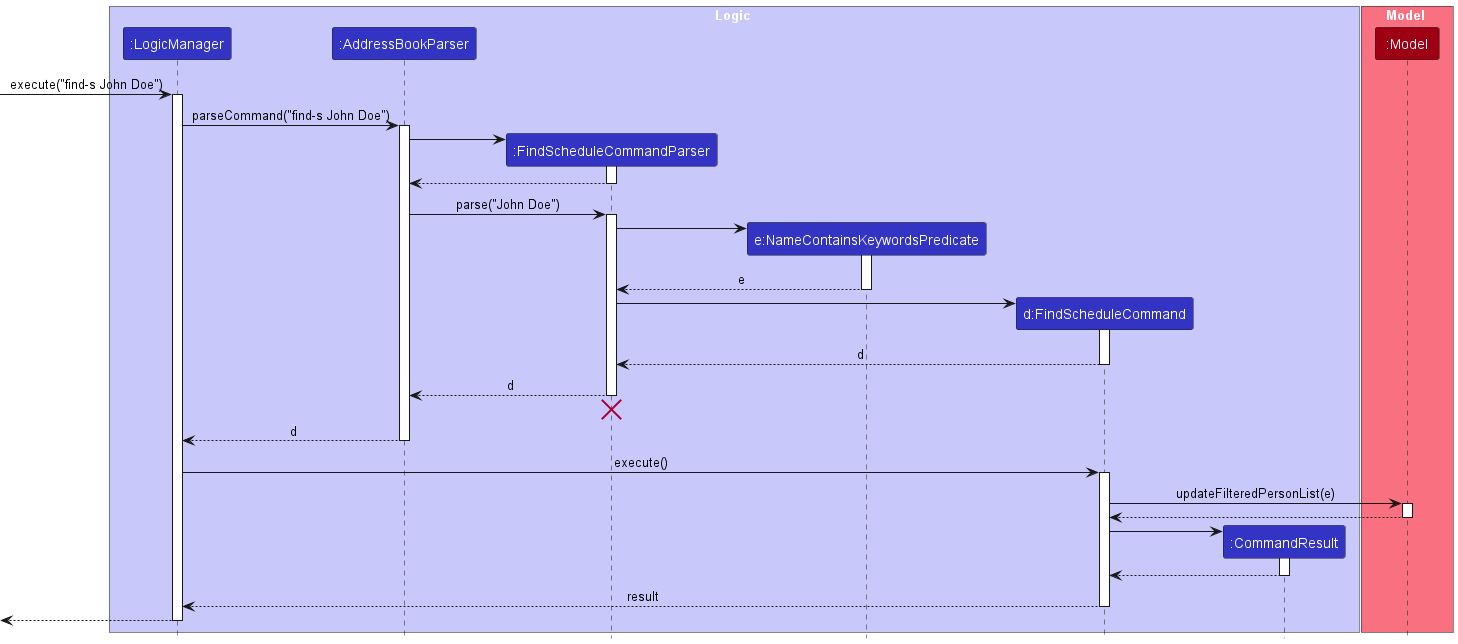
The PlantUML diagram docs/images/FindScheduleSequenceDiagram.png in nus-cs2103-AY2324S1/tp, before a commit. Source of this version:
```plantuml
@startuml
!include style.puml
skinparam ArrowFontStyle plain

box Logic LOGIC_COLOR_T1
participant ":LogicManager" as LogicManager LOGIC_COLOR
participant ":AddressBookParser" as AddressBookParser LOGIC_COLOR
participant ":FindScheduleCommandParser" as FindScheduleCommandParser LOGIC_COLOR
participant "e:NameContainsKeywordsPredicate" as NameContainsKeywordsPredicate LOGIC_COLOR
participant "d:FindScheduleCommand" as FindScheduleCommand LOGIC_COLOR
participant ":CommandResult" as CommandResult LOGIC_COLOR
end box

box Model MODEL_COLOR_T1
participant ":Model" as Model MODEL_COLOR
end box

[-> LogicManager : execute("find-s John Doe")
activate LogicManager

LogicManager -> AddressBookParser : parseCommand("find-s John Doe")
activate AddressBookParser

create FindScheduleCommandParser
AddressBookParser -> FindScheduleCommandParser
activate FindScheduleCommandParser

FindScheduleCommandParser --> AddressBookParser
deactivate FindScheduleCommandParser

AddressBookParser -> FindScheduleCommandParser : parse("John Doe")
activate FindScheduleCommandParser

create NameContainsKeywordsPredicate
FindScheduleCommandParser -> NameContainsKeywordsPredicate
activate NameContainsKeywordsPredicate

NameContainsKeywordsPredicate --> FindScheduleCommandParser : e
deactivate NameContainsKeywordsPredicate

create FindScheduleCommand
FindScheduleCommandParser -> FindScheduleCommand
activate FindScheduleCommand

FindScheduleCommand --> FindScheduleCommandParser : d
deactivate FindScheduleCommand

FindScheduleCommandParser --> AddressBookParser : d
deactivate FindScheduleCommandParser
FindScheduleCommandParser -[hidden]-> AddressBookParser
destroy FindScheduleCommandParser

AddressBookParser --> LogicManager : d
deactivate AddressBookParser

LogicManager -> FindScheduleCommand : execute()
activate FindScheduleCommand

FindScheduleCommand -> Model ++ : updateFilteredPersonList(e)
return

deactivate Model

create CommandResult
FindScheduleCommand -> CommandResult
activate CommandResult

CommandResult --> FindScheduleCommand
deactivate CommandResult

FindScheduleCommand --> LogicManager : result
deactivate FindScheduleCommand

[<--LogicManager
deactivate LogicManager
@enduml
```
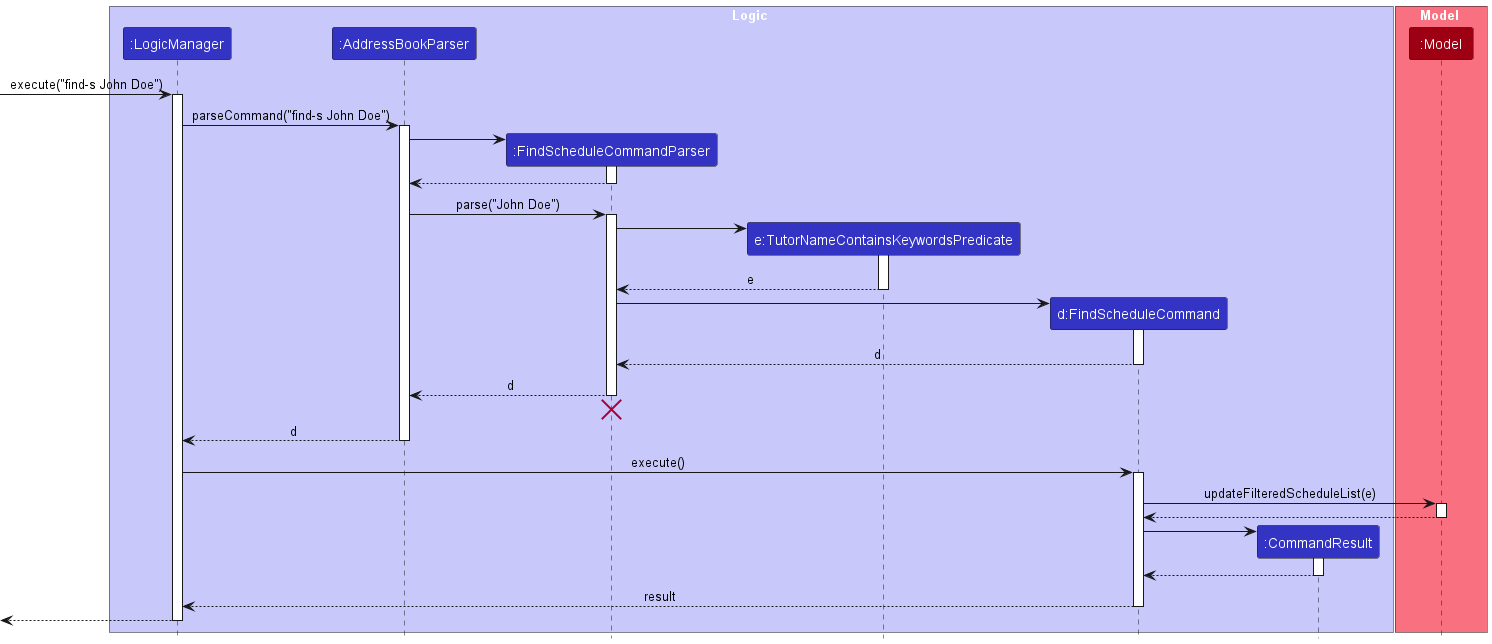
After the commit.

Commit message:
Update typos and changed phrases for find-s and list-s

The edit, as a diff of the source:
```diff
@@ -6,7 +6,7 @@
 participant ":LogicManager" as LogicManager LOGIC_COLOR
 participant ":AddressBookParser" as AddressBookParser LOGIC_COLOR
 participant ":FindScheduleCommandParser" as FindScheduleCommandParser LOGIC_COLOR
-participant "e:NameContainsKeywordsPredicate" as NameContainsKeywordsPredicate LOGIC_COLOR
+participant "e:TutorNameContainsKeywordsPredicate" as TutorNameContainsKeywordsPredicate LOGIC_COLOR
 participant "d:FindScheduleCommand" as FindScheduleCommand LOGIC_COLOR
 participant ":CommandResult" as CommandResult LOGIC_COLOR
 end box
@@ -31,12 +31,12 @@
 AddressBookParser -> FindScheduleCommandParser : parse("John Doe")
 activate FindScheduleCommandParser
 
-create NameContainsKeywordsPredicate
-FindScheduleCommandParser -> NameContainsKeywordsPredicate
-activate NameContainsKeywordsPredicate
+create TutorNameContainsKeywordsPredicate
+FindScheduleCommandParser -> TutorNameContainsKeywordsPredicate
+activate TutorNameContainsKeywordsPredicate
 
-NameContainsKeywordsPredicate --> FindScheduleCommandParser : e
-deactivate NameContainsKeywordsPredicate
+TutorNameContainsKeywordsPredicate --> FindScheduleCommandParser : e
+deactivate TutorNameContainsKeywordsPredicate
 
 create FindScheduleCommand
 FindScheduleCommandParser -> FindScheduleCommand
@@ -56,7 +56,7 @@
 LogicManager -> FindScheduleCommand : execute()
 activate FindScheduleCommand
 
-FindScheduleCommand -> Model ++ : updateFilteredPersonList(e)
+FindScheduleCommand -> Model ++ : updateFilteredScheduleList(e)
 return
 
 deactivate Model
```
